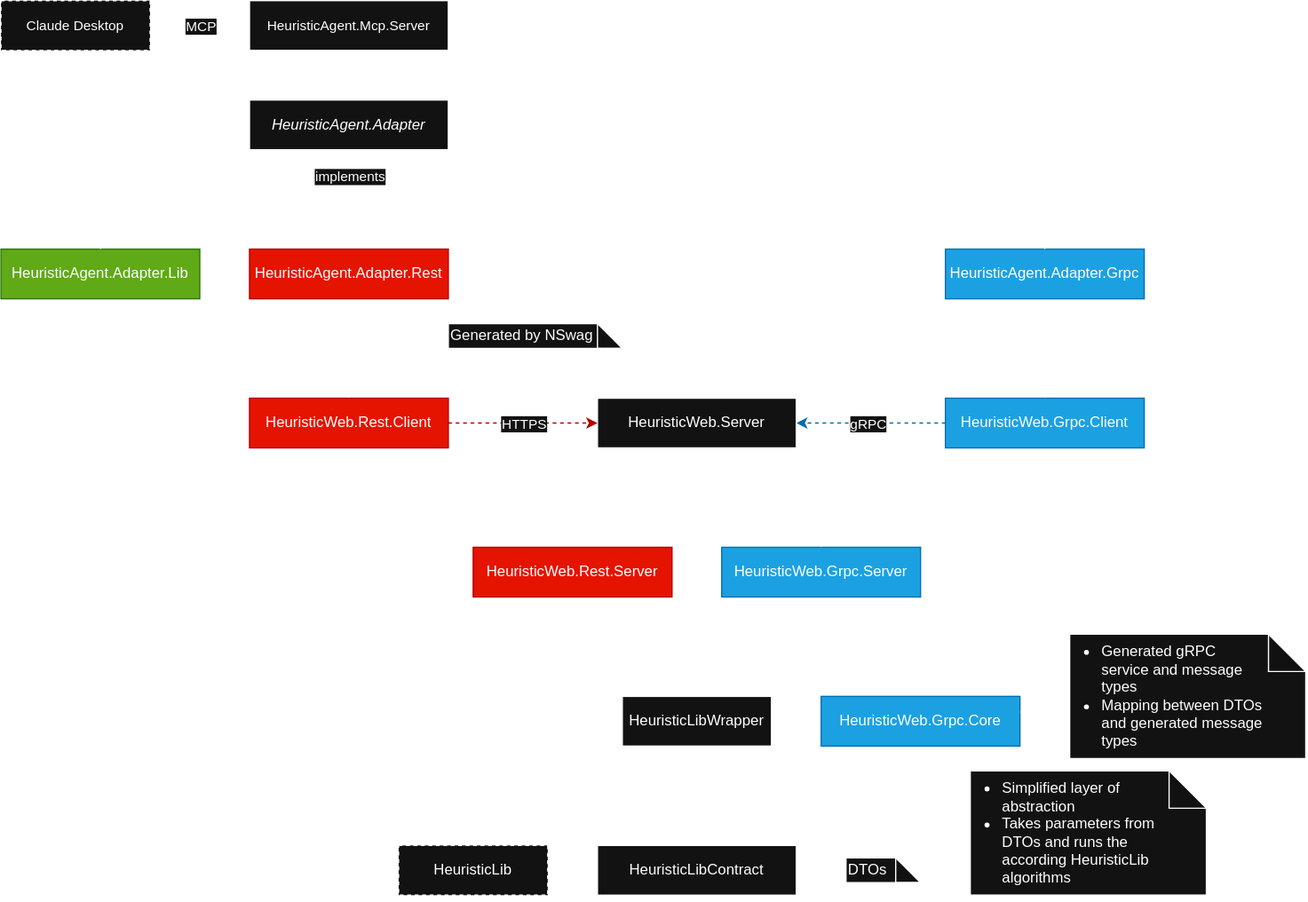
This is docs/img/architecture.svg from prescriptiveanalytics/aisra, a draw.io export, as it was before one commit. Source tidied: cells renumbered, new cells last; positions are measured from the earlier drawing's top-left corner, leaving out a move shared by most shapes.
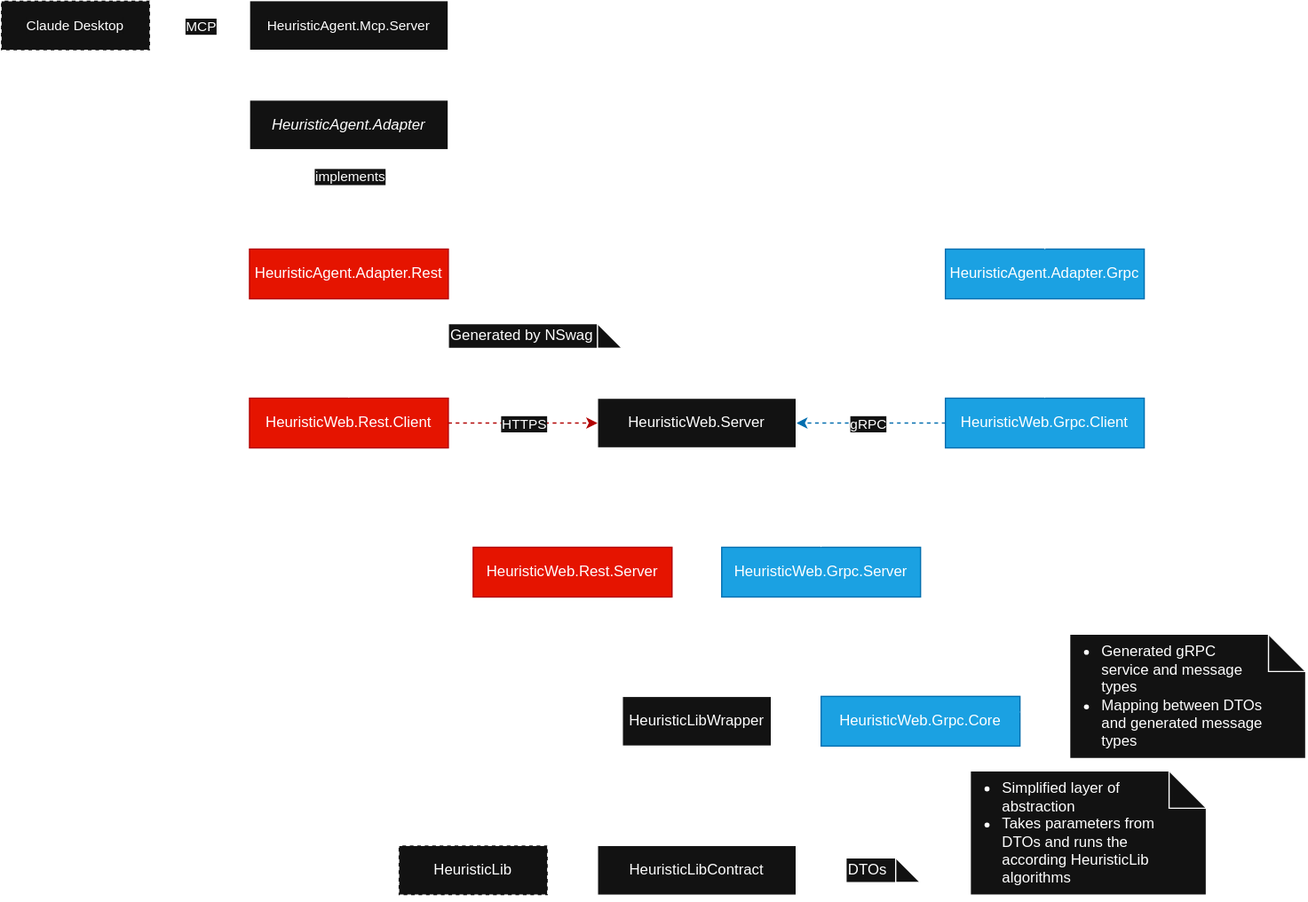
The same file after the commit.

Commit message:
Update architecture diagram

The edit, as a diff of the source:
```diff
@@ -11,6 +11,15 @@
     <mxCell id="4" value="HeuristicLibWrapper" style="rounded=0;whiteSpace=wrap;html=1;fillColor=default;" parent="1" vertex="1">
       <mxGeometry x="500" y="560" width="120" height="40" as="geometry" />
     </mxCell>
+    <mxCell id="49" style="edgeStyle=orthogonalEdgeStyle;shape=connector;curved=1;rounded=0;jettySize=auto;html=1;exitX=0;exitY=0.5;exitDx=0;exitDy=0;entryX=0.5;entryY=1;entryDx=0;entryDy=0;dashed=1;strokeColor=default;align=center;verticalAlign=middle;fontFamily=Helvetica;fontSize=11;fontColor=default;labelBackgroundColor=default;endArrow=block;endFill=0;" parent="1" edge="1" source="4" target="35">
+      <mxGeometry relative="1" as="geometry">
+        <Array as="points">
+          <mxPoint x="180" y="580" />
+          <mxPoint x="180" y="160" />
+          <mxPoint x="280" y="160" />
+        </Array>
+      </mxGeometry>
+    </mxCell>
     <mxCell id="5" value="HeuristicLib" style="rounded=0;whiteSpace=wrap;html=1;fillColor=default;dashed=1;" parent="1" vertex="1">
       <mxGeometry x="320" y="680" width="120" height="40" as="geometry" />
     </mxCell>
@@ -127,23 +136,9 @@
     <mxCell id="38" value="HeuristicAgent.Adapter.Rest" style="rounded=0;whiteSpace=wrap;html=1;fillColor=#e51400;strokeColor=#B20000;fontColor=#ffffff;" parent="1" vertex="1">
       <mxGeometry x="200" y="200" width="160" height="40" as="geometry" />
     </mxCell>
-    <mxCell id="39" style="edgeStyle=orthogonalEdgeStyle;shape=connector;curved=1;rounded=0;jettySize=auto;html=1;exitX=0.5;exitY=1;exitDx=0;exitDy=0;entryX=0.5;entryY=0;entryDx=0;entryDy=0;strokeColor=default;align=center;verticalAlign=middle;fontFamily=Helvetica;fontSize=11;fontColor=default;labelBackgroundColor=default;endArrow=classic;" parent="1" edge="1" source="40" target="5">
-      <mxGeometry relative="1" as="geometry">
-        <Array as="points">
-          <mxPoint x="80" y="640" />
-          <mxPoint x="380" y="640" />
-        </Array>
-      </mxGeometry>
-    </mxCell>
-    <mxCell id="40" value="HeuristicAgent.Adapter.Lib" style="rounded=0;whiteSpace=wrap;html=1;fillColor=#60a917;fontColor=#ffffff;strokeColor=#2D7600;" parent="1" vertex="1">
-      <mxGeometry y="200" width="160" height="40" as="geometry" />
-    </mxCell>
     <mxCell id="41" style="edgeStyle=orthogonalEdgeStyle;shape=connector;curved=1;rounded=0;jettySize=auto;html=1;exitX=0.5;exitY=1;exitDx=0;exitDy=0;entryX=0.5;entryY=0;entryDx=0;entryDy=0;strokeColor=default;align=center;verticalAlign=middle;fontFamily=Helvetica;fontSize=11;fontColor=default;labelBackgroundColor=default;endArrow=classic;" parent="1" edge="1" source="43" target="10">
       <mxGeometry relative="1" as="geometry" />
     </mxCell>
-    <mxCell id="42" style="edgeStyle=orthogonalEdgeStyle;shape=connector;curved=1;rounded=0;jettySize=auto;html=1;exitX=0.5;exitY=0;exitDx=0;exitDy=0;entryX=0.5;entryY=1;entryDx=0;entryDy=0;strokeColor=default;align=center;verticalAlign=middle;fontFamily=Helvetica;fontSize=11;fontColor=default;labelBackgroundColor=default;endArrow=block;endFill=0;dashed=1;" parent="1" edge="1" source="40" target="35">
-      <mxGeometry relative="1" as="geometry" />
-    </mxCell>
     <mxCell id="43" value="HeuristicAgent.Adapter.Grpc" style="rounded=0;whiteSpace=wrap;html=1;fillColor=#1ba1e2;fontColor=#ffffff;strokeColor=#006EAF;" parent="1" vertex="1">
       <mxGeometry x="760" y="200" width="160" height="40" as="geometry" />
     </mxCell>
```
